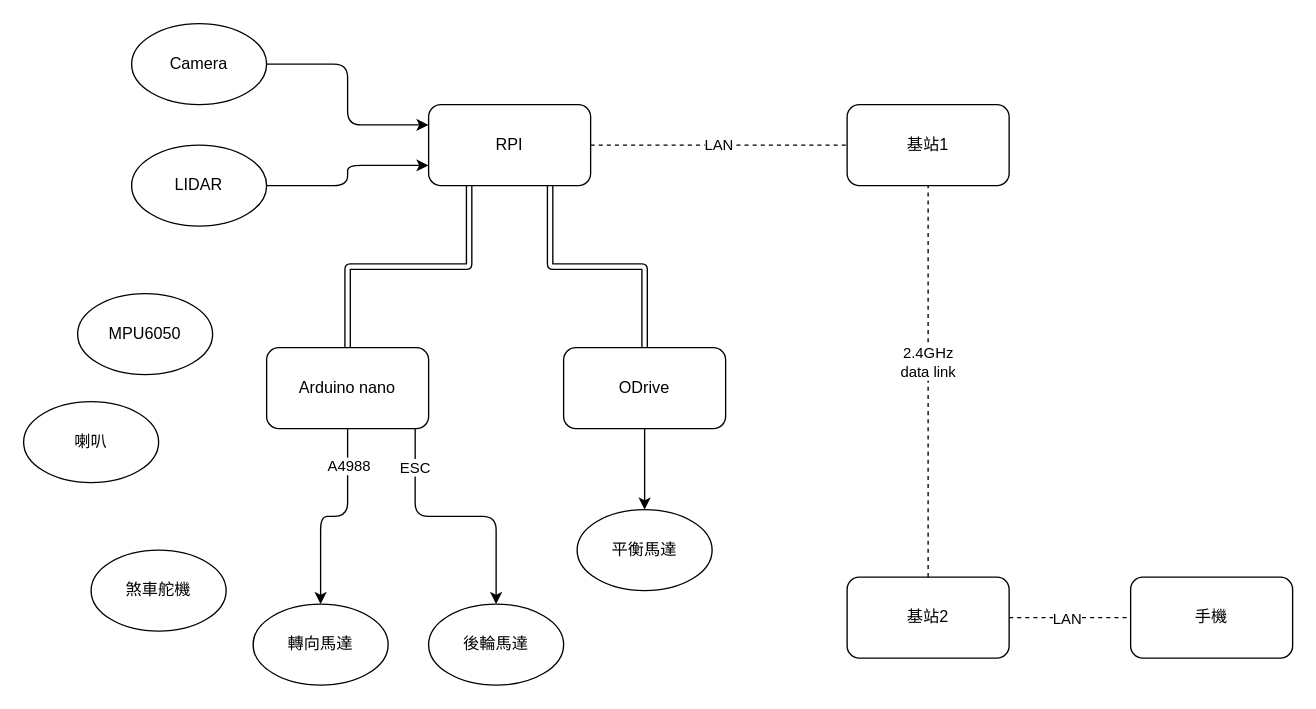
This is page "Overview" (1 of 2) of structure.drawio from pkbbkphey/MakeNTU2025, a draw.io file, before an edit. Source tidied: cells renumbered, new cells numbered last; positions are measured from the earlier drawing's top-left corner, leaving out a move shared by most shapes. Both pictures are drawn from the tidied source at 135%, with x=0, y=0 at pixel (23, 23).
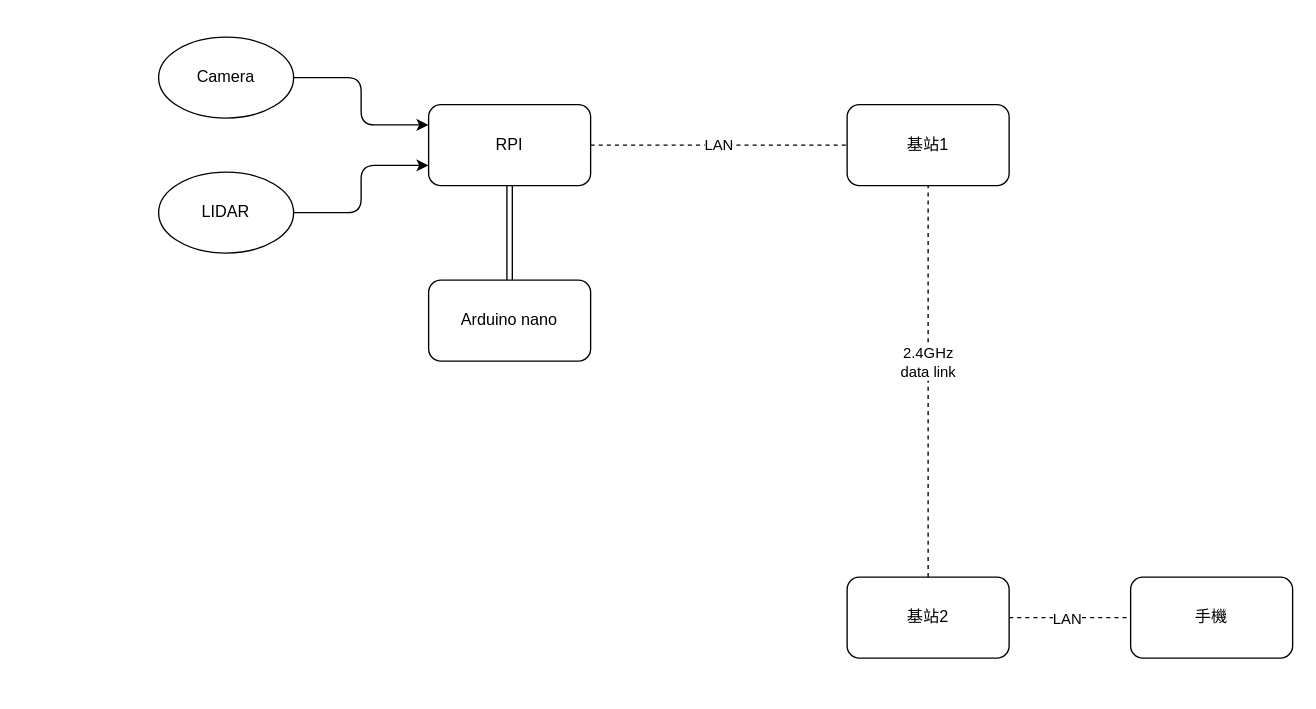
The same page after the edit.

The change refers to these unchanged cells:
```xml
<mxCell id="4" value="RPI" style="rounded=1;whiteSpace=wrap;html=1;" parent="1" vertex="1">
  <mxGeometry x="300" y="60" width="120" height="60" as="geometry" />
</mxCell>
```

Diff of the diagram source:
```diff
@@
-    <mxCell id="2" style="rounded=1;jettySize=auto;html=1;exitX=0.25;exitY=1;exitDx=0;exitDy=0;entryX=0.5;entryY=0;entryDx=0;entryDy=0;shape=link;edgeStyle=orthogonalEdgeStyle;" parent="1" edge="1" source="4" target="20">
+    <mxCell id="2" style="rounded=1;jettySize=auto;html=1;exitX=0.5;exitY=1;exitDx=0;exitDy=0;entryX=0.5;entryY=0;entryDx=0;entryDy=0;shape=link;edgeStyle=orthogonalEdgeStyle;" parent="1" edge="1" source="4" target="20">
       <mxGeometry relative="1" as="geometry" />
     </mxCell>
-    <mxCell id="3" style="edgeStyle=orthogonalEdgeStyle;rounded=1;jettySize=auto;html=1;exitX=0.75;exitY=1;exitDx=0;exitDy=0;entryX=0.5;entryY=0;entryDx=0;entryDy=0;shape=link;" parent="1" edge="1" source="4" target="15">
-      <mxGeometry relative="1" as="geometry" />
-    </mxCell>
@@
-    <mxCell id="14" style="edgeStyle=orthogonalEdgeStyle;rounded=1;jettySize=auto;html=1;exitX=0.5;exitY=1;exitDx=0;exitDy=0;entryX=0.5;entryY=0;entryDx=0;entryDy=0;" parent="1" edge="1" source="15" target="25">
-      <mxGeometry relative="1" as="geometry" />
-    </mxCell>
-    <mxCell id="15" value="ODrive" style="rounded=1;whiteSpace=wrap;html=1;" parent="1" vertex="1">
-      <mxGeometry x="400" y="240" width="120" height="60" as="geometry" />
-    </mxCell>
-    <mxCell id="16" style="edgeStyle=orthogonalEdgeStyle;rounded=1;jettySize=auto;html=1;exitX=0.917;exitY=1;exitDx=0;exitDy=0;entryX=0.5;entryY=0;entryDx=0;entryDy=0;exitPerimeter=0;" parent="1" edge="1" source="20" target="26">
-      <mxGeometry relative="1" as="geometry" />
-    </mxCell>
-    <mxCell id="17" value="ESC" style="edgeLabel;html=1;align=center;verticalAlign=middle;rounded=1;" parent="16" vertex="1">
-      <mxGeometry x="-0.69" y="-1" relative="1" as="geometry" />
-    </mxCell>
-    <mxCell id="18" style="edgeStyle=orthogonalEdgeStyle;rounded=1;jettySize=auto;html=1;exitX=0.5;exitY=1;exitDx=0;exitDy=0;entryX=0.5;entryY=0;entryDx=0;entryDy=0;" parent="1" edge="1" source="20" target="27">
-      <mxGeometry relative="1" as="geometry" />
-    </mxCell>
-    <mxCell id="19" value="A4988" style="edgeLabel;html=1;align=center;verticalAlign=middle;rounded=1;" parent="18" vertex="1">
-      <mxGeometry x="-0.64" relative="1" as="geometry" />
-    </mxCell>
     <mxCell id="20" value="Arduino nano" style="rounded=1;whiteSpace=wrap;html=1;" parent="1" vertex="1">
-      <mxGeometry x="180" y="240" width="120" height="60" as="geometry" />
+      <mxGeometry x="300" y="190" width="120" height="60" as="geometry" />
     </mxCell>
@@
     <mxCell id="22" value="Camera" style="ellipse;whiteSpace=wrap;html=1;rounded=1;" parent="1" vertex="1">
-      <mxGeometry x="80" width="100" height="60" as="geometry" />
+      <mxGeometry x="100" y="10" width="100" height="60" as="geometry" />
     </mxCell>
@@
     <mxCell id="24" value="LIDAR" style="ellipse;whiteSpace=wrap;html=1;rounded=1;" parent="1" vertex="1">
-      <mxGeometry x="80" y="90" width="100" height="60" as="geometry" />
+      <mxGeometry x="100" y="110" width="100" height="60" as="geometry" />
     </mxCell>
-    <mxCell id="25" value="平衡馬達" style="ellipse;whiteSpace=wrap;html=1;rounded=1;" parent="1" vertex="1">
-      <mxGeometry x="410" y="360" width="100" height="60" as="geometry" />
-    </mxCell>
-    <mxCell id="26" value="後輪馬達" style="ellipse;whiteSpace=wrap;html=1;rounded=1;" parent="1" vertex="1">
-      <mxGeometry x="300" y="430" width="100" height="60" as="geometry" />
-    </mxCell>
-    <mxCell id="27" value="轉向馬達" style="ellipse;whiteSpace=wrap;html=1;rounded=1;" parent="1" vertex="1">
-      <mxGeometry x="170" y="430" width="100" height="60" as="geometry" />
-    </mxCell>
-    <mxCell id="28" value="煞車舵機" style="ellipse;whiteSpace=wrap;html=1;rounded=1;" parent="1" vertex="1">
-      <mxGeometry x="50" y="390" width="100" height="60" as="geometry" />
-    </mxCell>
-    <mxCell id="29" value="喇叭" style="ellipse;whiteSpace=wrap;html=1;rounded=1;" parent="1" vertex="1">
-      <mxGeometry y="280" width="100" height="60" as="geometry" />
-    </mxCell>
-    <mxCell id="30" value="MPU6050" style="ellipse;whiteSpace=wrap;html=1;rounded=1;" parent="1" vertex="1">
-      <mxGeometry x="40" y="200" width="100" height="60" as="geometry" />
-    </mxCell>
```
